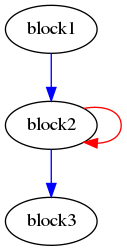
Earlier version of the Graphviz export Regression_test/examples/fir/reports/fir_bbgraph.png (radigianluca/tagged-token-delivery). Its source is kept beside it as Regression_test/examples/fir/reports/fir_bbgraph.dot. Its diagram source:
```dot
Digraph G {
	splines=spline;
		"block1";
		"block2";
		"block3";
		"block1" -> "block2" [color = "blue", freq = 1];
		"block2" -> "block2" [color = "red", freq = 2];
		"block2" -> "block3" [color = "blue", freq = 1];
}
```
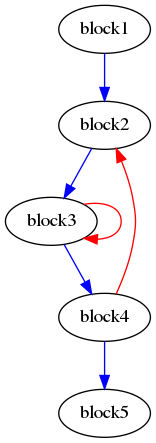
The same diagram one commit later.

Change to the diagram source:
```diff
@@ -3,7 +3,12 @@
 		"block1";
 		"block2";
 		"block3";
-		"block1" -> "block2" [color = "blue", freq = 1];
-		"block2" -> "block2" [color = "red", freq = 2];
-		"block2" -> "block3" [color = "blue", freq = 1];
+		"block4";
+		"block5";
+		"block1" -> "block2" [color = "blue", freq = 100];
+		"block2" -> "block3" [color = "blue", freq = 1000];
+		"block3" -> "block3" [color = "red", freq = 9000];
+		"block3" -> "block4" [color = "blue", freq = 1000];
+		"block4" -> "block2" [color = "red", freq = 900];
+		"block4" -> "block5" [color = "blue", freq = 100];
 }
```
